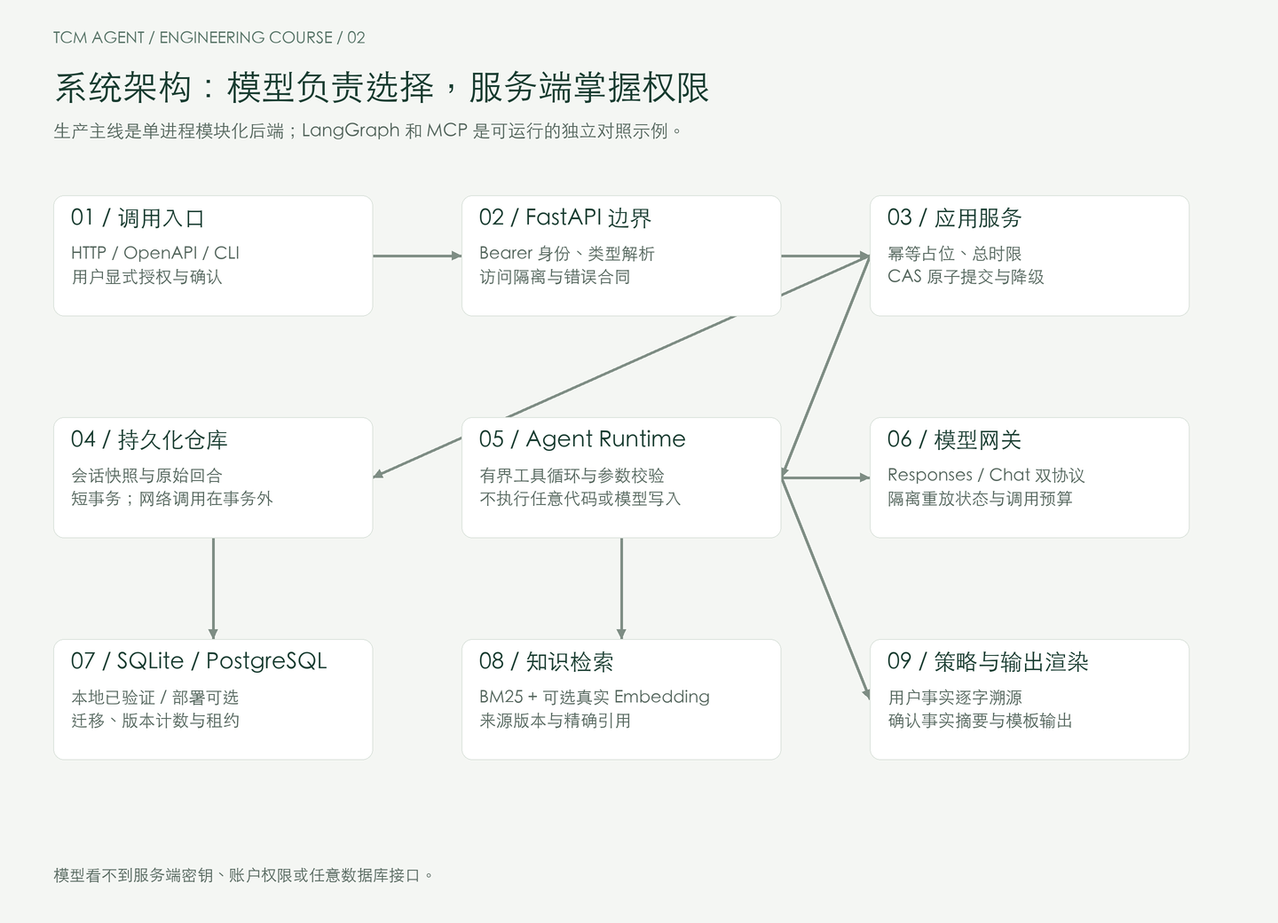
Above: course/assets/architecture.png in yodew/tcm-agent-course (Mermaid), before the change. Its source is kept beside it as course/assets/architecture.mmd.
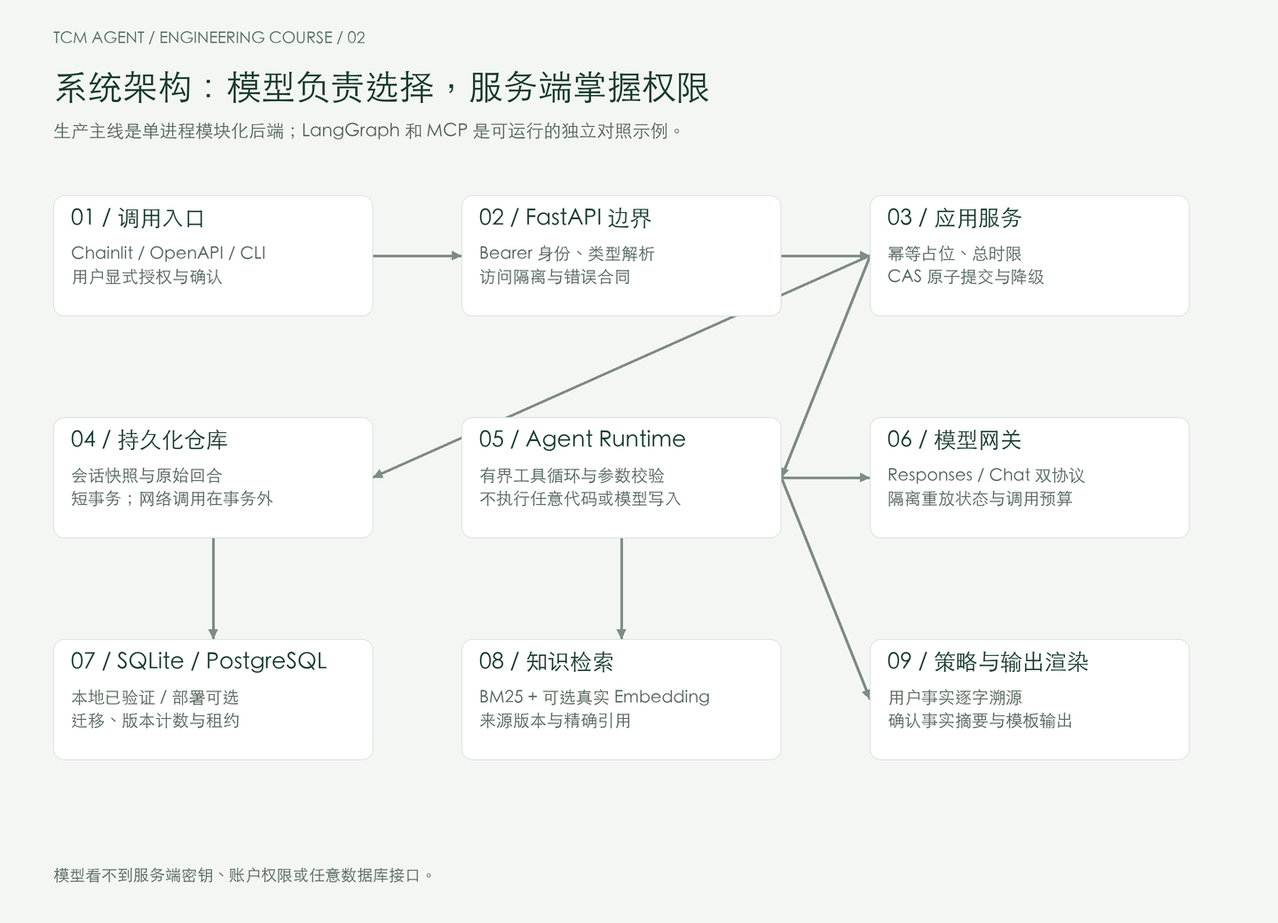
Above is the later version.

What changed in the source:
```diff
@@ -1,5 +1,5 @@
 flowchart TD
-    A["调用入口<br/>HTTP / OpenAPI / CLI · 用户显式授权与确认"]
+    A["调用入口<br/>Chainlit / OpenAPI / CLI · 用户显式授权与确认"]
     B["FastAPI 边界<br/>Bearer 身份、类型解析 · 访问隔离与错误合同"]
     C["应用服务<br/>幂等占位、总时限 · CAS 原子提交与降级"]
     D["持久化仓库<br/>会话快照与原始回合 · 短事务；网络调用在事务外"]
```
